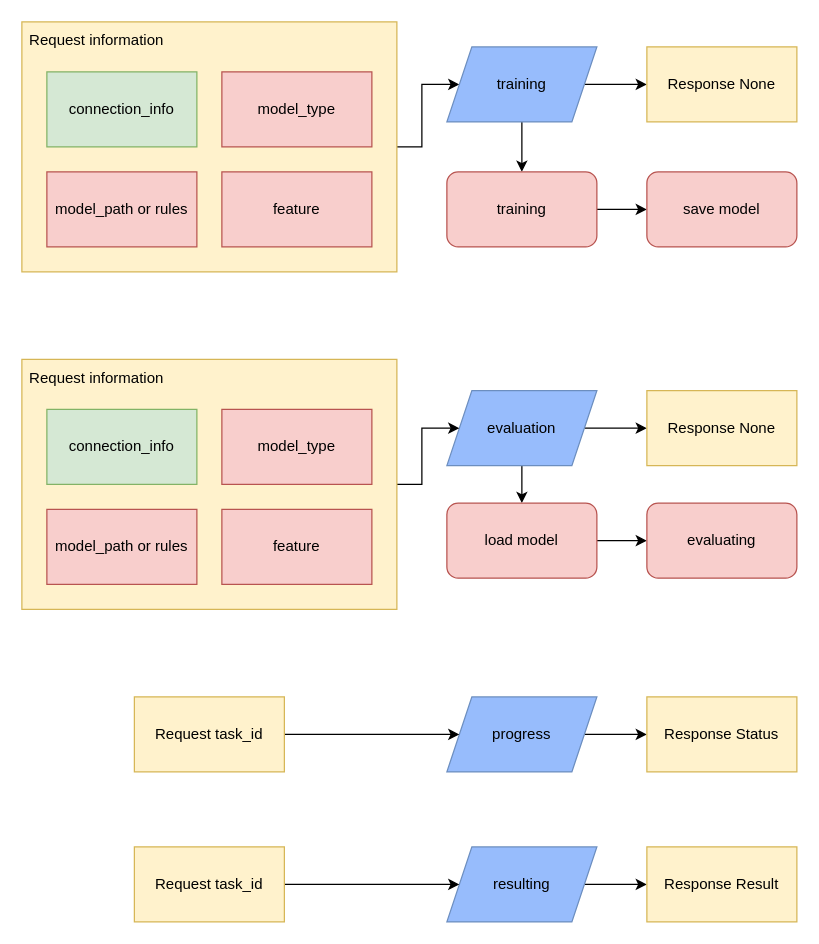
Earlier version of the draw.io diagram page "API" (4 of 7) of graph/modeling_api.drawio (ychuang789/labelapi). Source tidied: cells renumbered, new cells numbered last; positions are measured from the earlier drawing's top-left corner, leaving out a move shared by most shapes. Both pictures are drawn from the tidied source at 125%, with x=0, y=0 at pixel (21, 21).
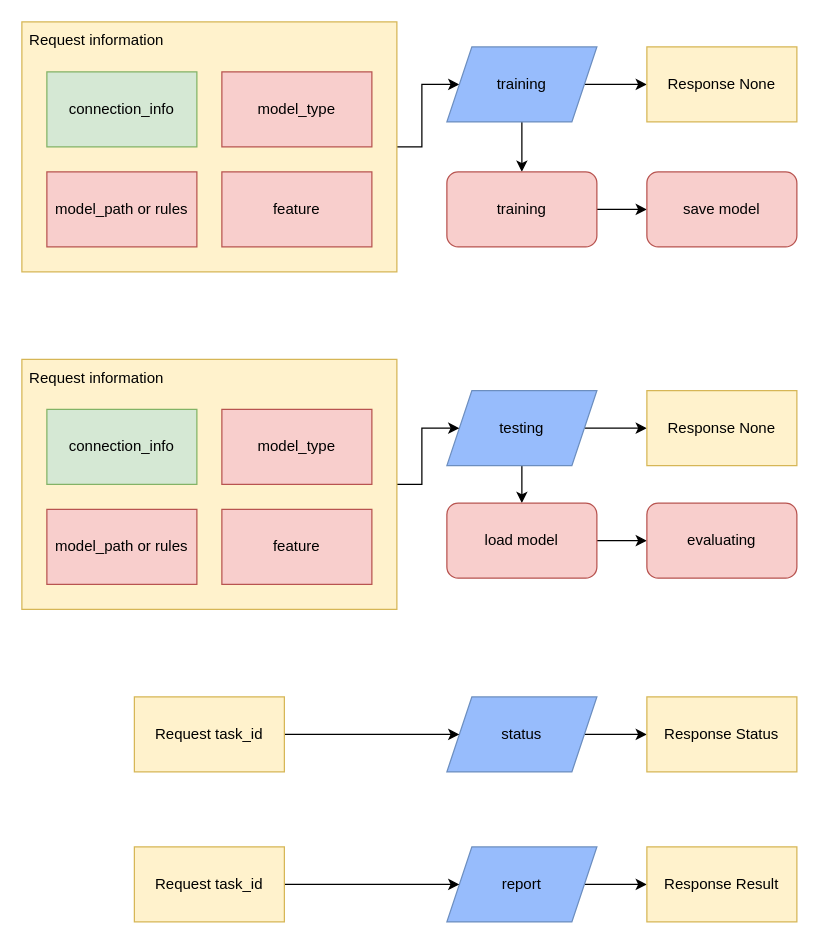
After the change.

Diff of the diagram source:
```diff
@@
-    <mxCell id="8" value="evaluation" style="shape=parallelogram;perimeter=parallelogramPerimeter;whiteSpace=wrap;html=1;fixedSize=1;align=center;fillColor=#97BCFC;strokeColor=#6c8ebf;" parent="1" vertex="1">
+    <mxCell id="8" value="testing" style="shape=parallelogram;perimeter=parallelogramPerimeter;whiteSpace=wrap;html=1;fixedSize=1;align=center;fillColor=#97BCFC;strokeColor=#6c8ebf;" parent="1" vertex="1">
       <mxGeometry x="340" y="295" width="120" height="60" as="geometry" />
     </mxCell>
@@
-    <mxCell id="10" value="progress" style="shape=parallelogram;perimeter=parallelogramPerimeter;whiteSpace=wrap;html=1;fixedSize=1;align=center;fillColor=#97BCFC;strokeColor=#6c8ebf;" parent="1" vertex="1">
+    <mxCell id="10" value="status" style="shape=parallelogram;perimeter=parallelogramPerimeter;whiteSpace=wrap;html=1;fixedSize=1;align=center;fillColor=#97BCFC;strokeColor=#6c8ebf;" parent="1" vertex="1">
       <mxGeometry x="340" y="540" width="120" height="60" as="geometry" />
     </mxCell>
@@
-    <mxCell id="12" value="resulting" style="shape=parallelogram;perimeter=parallelogramPerimeter;whiteSpace=wrap;html=1;fixedSize=1;align=center;fillColor=#97BCFC;strokeColor=#6c8ebf;" parent="1" vertex="1">
+    <mxCell id="12" value="report" style="shape=parallelogram;perimeter=parallelogramPerimeter;whiteSpace=wrap;html=1;fixedSize=1;align=center;fillColor=#97BCFC;strokeColor=#6c8ebf;" parent="1" vertex="1">
       <mxGeometry x="340" y="660" width="120" height="60" as="geometry" />
     </mxCell>
```
